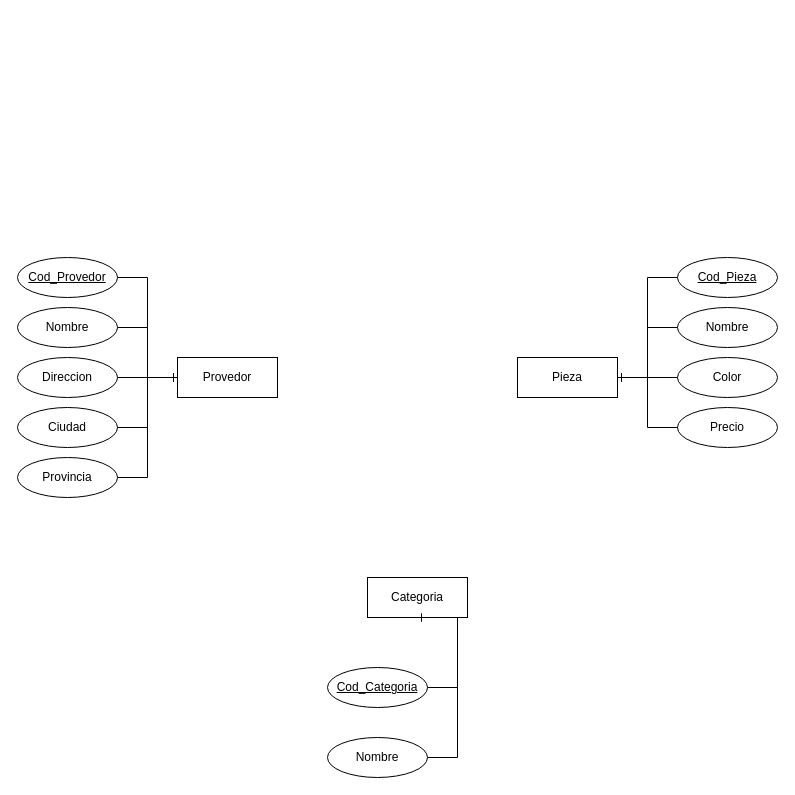
Earlier version of the draw.io diagram Untitled Diagram.drawio (PabloKooss/Tercer_Modulo). Source tidied: cells renumbered, new cells numbered last; positions are measured from the earlier drawing's top-left corner, leaving out a move shared by most shapes. Both pictures are drawn from the tidied source at 100%, with x=0, y=0 at pixel (17, 257).
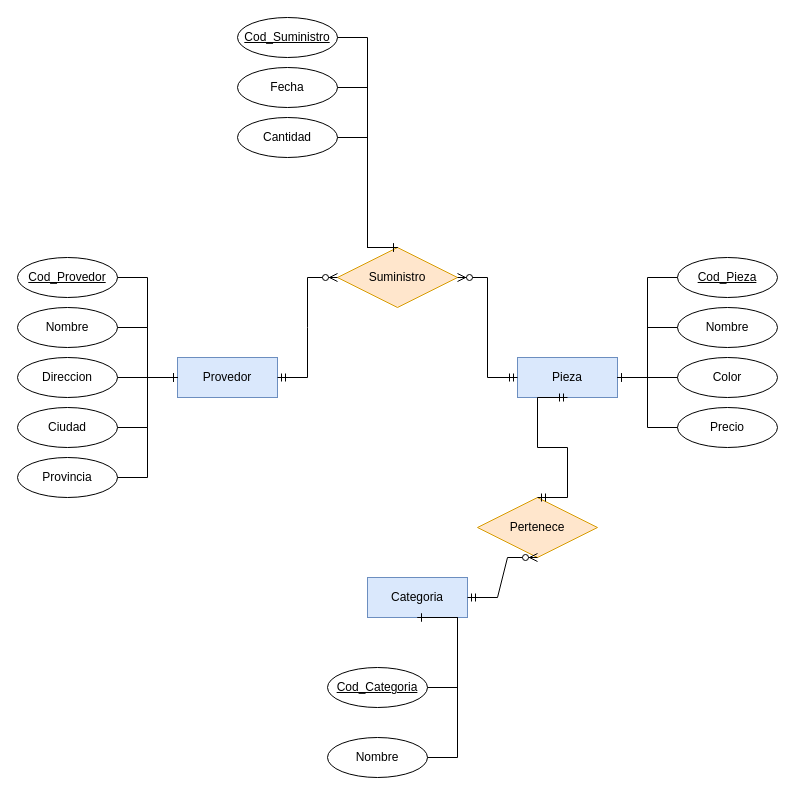
The same diagram, later.

What changed in the source:
```diff
@@
-    <mxCell id="2" value="Provedor" style="whiteSpace=wrap;html=1;align=center;" parent="1" vertex="1">
+    <mxCell id="2" value="Provedor" style="whiteSpace=wrap;html=1;align=center;fillColor=#dae8fc;strokeColor=#6c8ebf;" parent="1" vertex="1">
       <mxGeometry x="160" y="100" width="100" height="40" as="geometry" />
     </mxCell>
@@
-    <mxCell id="13" value="Pieza" style="whiteSpace=wrap;html=1;align=center;" parent="1" vertex="1">
+    <mxCell id="13" value="Pieza" style="whiteSpace=wrap;html=1;align=center;fillColor=#dae8fc;strokeColor=#6c8ebf;" parent="1" vertex="1">
       <mxGeometry x="500" y="100" width="100" height="40" as="geometry" />
     </mxCell>
@@
-    <mxCell id="22" value="Categoria" style="whiteSpace=wrap;html=1;align=center;" parent="1" vertex="1">
+    <mxCell id="22" value="Categoria" style="whiteSpace=wrap;html=1;align=center;fillColor=#dae8fc;strokeColor=#6c8ebf;" parent="1" vertex="1">
       <mxGeometry x="350" y="320" width="100" height="40" as="geometry" />
     </mxCell>
@@
+    <mxCell id="27" value="Suministro" style="shape=rhombus;perimeter=rhombusPerimeter;whiteSpace=wrap;html=1;align=center;fillColor=#ffe6cc;strokeColor=#d79b00;" parent="1" vertex="1">
+      <mxGeometry x="320" y="-10" width="120" height="60" as="geometry" />
+    </mxCell>
+    <mxCell id="28" style="edgeStyle=entityRelationEdgeStyle;fontSize=12;html=1;endArrow=ERzeroToMany;startArrow=ERmandOne;rounded=0;" parent="1" edge="1" source="2" target="27">
+      <mxGeometry relative="1" as="geometry" />
+    </mxCell>
+    <mxCell id="29" style="edgeStyle=entityRelationEdgeStyle;fontSize=12;html=1;endArrow=ERzeroToMany;startArrow=ERmandOne;rounded=0;" parent="1" edge="1" source="13" target="27">
+      <mxGeometry relative="1" as="geometry" />
+    </mxCell>
+    <mxCell id="30" value="Cod_Suministro" style="ellipse;whiteSpace=wrap;html=1;align=center;fontStyle=4;" parent="1" vertex="1">
+      <mxGeometry x="220" y="-240" width="100" height="40" as="geometry" />
+    </mxCell>
+    <mxCell id="31" value="Fecha" style="ellipse;whiteSpace=wrap;html=1;align=center;" parent="1" vertex="1">
+      <mxGeometry x="220" y="-190" width="100" height="40" as="geometry" />
+    </mxCell>
+    <mxCell id="32" value="Cantidad" style="ellipse;whiteSpace=wrap;html=1;align=center;" parent="1" vertex="1">
+      <mxGeometry x="220" y="-140" width="100" height="40" as="geometry" />
+    </mxCell>
+    <mxCell id="33" style="edgeStyle=entityRelationEdgeStyle;fontSize=12;html=1;endArrow=ERone;endFill=1;rounded=0;" parent="1" edge="1" source="30">
+      <mxGeometry relative="1" as="geometry">
+        <mxPoint x="380" y="-10" as="targetPoint" />
+      </mxGeometry>
+    </mxCell>
+    <mxCell id="34" style="edgeStyle=entityRelationEdgeStyle;fontSize=12;html=1;endArrow=ERone;endFill=1;rounded=0;entryX=0.5;entryY=0;entryDx=0;entryDy=0;" parent="1" edge="1" source="31" target="27">
+      <mxGeometry relative="1" as="geometry" />
+    </mxCell>
+    <mxCell id="35" style="edgeStyle=entityRelationEdgeStyle;fontSize=12;html=1;endArrow=ERone;endFill=1;rounded=0;entryX=0.5;entryY=0;entryDx=0;entryDy=0;" parent="1" edge="1" source="32" target="27">
+      <mxGeometry relative="1" as="geometry" />
+    </mxCell>
+    <mxCell id="36" value="Pertenece" style="shape=rhombus;perimeter=rhombusPerimeter;whiteSpace=wrap;html=1;align=center;fillColor=#ffe6cc;strokeColor=#d79b00;" parent="1" vertex="1">
+      <mxGeometry x="460" y="240" width="120" height="60" as="geometry" />
+    </mxCell>
+    <mxCell id="37" style="edgeStyle=entityRelationEdgeStyle;fontSize=12;html=1;endArrow=ERzeroToMany;startArrow=ERmandOne;rounded=0;entryX=0.5;entryY=1;entryDx=0;entryDy=0;" parent="1" edge="1" source="22" target="36">
+      <mxGeometry relative="1" as="geometry" />
+    </mxCell>
+    <mxCell id="38" style="edgeStyle=entityRelationEdgeStyle;fontSize=12;html=1;endArrow=ERmandOne;startArrow=ERmandOne;rounded=0;entryX=0.5;entryY=1;entryDx=0;entryDy=0;exitX=0.5;exitY=0;exitDx=0;exitDy=0;" parent="1" edge="1" source="36" target="13">
+      <mxGeometry relative="1" as="geometry" />
+    </mxCell>
```
